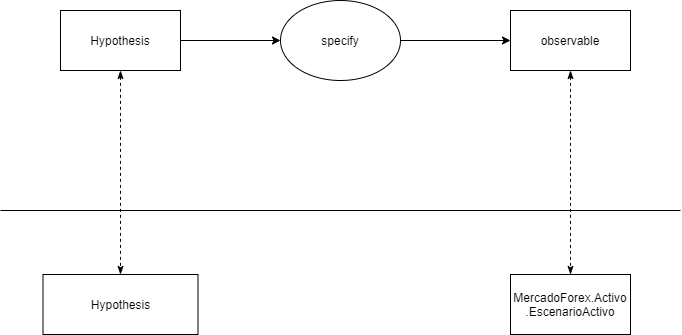
This is practica/imagenes/Specify.png from weltonvs/DSI, a draw.io export, as it was before one commit. Source tidied: cells renumbered, new cells last; positions are measured from the earlier drawing's top-left corner, leaving out a move shared by most shapes.
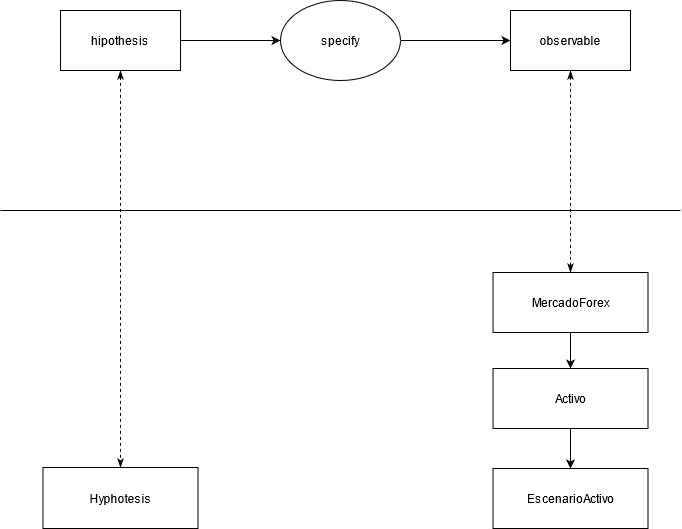
The same file after the commit.

Diff of the diagram source:
```diff
@@ -8,7 +8,7 @@
     <mxCell id="3" style="edgeStyle=orthogonalEdgeStyle;rounded=0;jettySize=auto;html=1;dashed=1;startArrow=classicThin;startFill=1;endArrow=classicThin;endFill=1;" parent="1" edge="1" source="4" target="10">
       <mxGeometry relative="1" as="geometry" />
     </mxCell>
-    <mxCell id="4" value="Hypothesis" style="rounded=0;whiteSpace=wrap;html=1;" parent="1" vertex="1">
+    <mxCell id="4" value="hipothesis" style="rounded=0;whiteSpace=wrap;html=1;" parent="1" vertex="1">
       <mxGeometry x="60" y="10" width="120" height="60" as="geometry" />
     </mxCell>
     <mxCell id="5" style="edgeStyle=orthogonalEdgeStyle;rounded=0;jettySize=auto;html=1;" parent="1" edge="1" source="6" target="8">
@@ -17,17 +17,14 @@
     <mxCell id="6" value="specify" style="ellipse;whiteSpace=wrap;html=1;" parent="1" vertex="1">
       <mxGeometry x="280" width="120" height="80" as="geometry" />
     </mxCell>
-    <mxCell id="7" style="edgeStyle=orthogonalEdgeStyle;rounded=0;jettySize=auto;html=1;dashed=1;startArrow=classicThin;startFill=1;endArrow=classicThin;endFill=1;" parent="1" edge="1" source="8" target="9">
+    <mxCell id="7" style="edgeStyle=orthogonalEdgeStyle;rounded=0;jettySize=auto;html=1;dashed=1;startArrow=classicThin;startFill=1;endArrow=classicThin;endFill=1;entryX=0.5;entryY=0;entryDx=0;entryDy=0;" parent="1" edge="1" source="8" target="13">
       <mxGeometry relative="1" as="geometry" />
     </mxCell>
     <mxCell id="8" value="observable" style="whiteSpace=wrap;html=1;" parent="1" vertex="1">
       <mxGeometry x="510" y="10" width="120" height="60" as="geometry" />
     </mxCell>
-    <mxCell id="9" value="MercadoForex.Activo&lt;br&gt;.EscenarioActivo" style="whiteSpace=wrap;html=1;" parent="1" vertex="1">
-      <mxGeometry x="510" y="274" width="120" height="60" as="geometry" />
-    </mxCell>
-    <mxCell id="10" value="Hypothesis" style="rounded=0;whiteSpace=wrap;html=1;" parent="1" vertex="1">
-      <mxGeometry x="42.5" y="274" width="155" height="60" as="geometry" />
+    <mxCell id="10" value="Hyphotesis" style="rounded=0;whiteSpace=wrap;html=1;" parent="1" vertex="1">
+      <mxGeometry x="42.5" y="467" width="155" height="61" as="geometry" />
     </mxCell>
     <mxCell id="11" style="endArrow=none;html=1;strokeWidth=1;jumpSize=6;" parent="1" edge="1">
       <mxGeometry relative="1" as="geometry">
@@ -35,5 +32,20 @@
         <mxPoint x="680" y="210" as="targetPoint" />
       </mxGeometry>
     </mxCell>
+    <mxCell id="12" style="edgeStyle=orthogonalEdgeStyle;rounded=0;jettySize=auto;html=1;exitX=0.5;exitY=1;exitDx=0;exitDy=0;entryX=0.5;entryY=0;entryDx=0;entryDy=0;" parent="1" edge="1" source="13" target="15">
+      <mxGeometry relative="1" as="geometry" />
+    </mxCell>
+    <mxCell id="13" value="MercadoForex" style="rounded=0;whiteSpace=wrap;html=1;" parent="1" vertex="1">
+      <mxGeometry x="492.5" y="272" width="155" height="60" as="geometry" />
+    </mxCell>
+    <mxCell id="14" style="edgeStyle=orthogonalEdgeStyle;rounded=0;jettySize=auto;html=1;exitX=0.5;exitY=1;exitDx=0;exitDy=0;entryX=0.5;entryY=0;entryDx=0;entryDy=0;" parent="1" edge="1" source="15" target="16">
+      <mxGeometry relative="1" as="geometry" />
+    </mxCell>
+    <mxCell id="15" value="Activo" style="rounded=0;whiteSpace=wrap;html=1;" parent="1" vertex="1">
+      <mxGeometry x="492.5" y="368" width="155" height="60" as="geometry" />
+    </mxCell>
+    <mxCell id="16" value="EscenarioActivo" style="rounded=0;whiteSpace=wrap;html=1;" parent="1" vertex="1">
+      <mxGeometry x="492.5" y="468" width="155" height="60" as="geometry" />
+    </mxCell>
   </root>
 </mxGraphModel>
```
